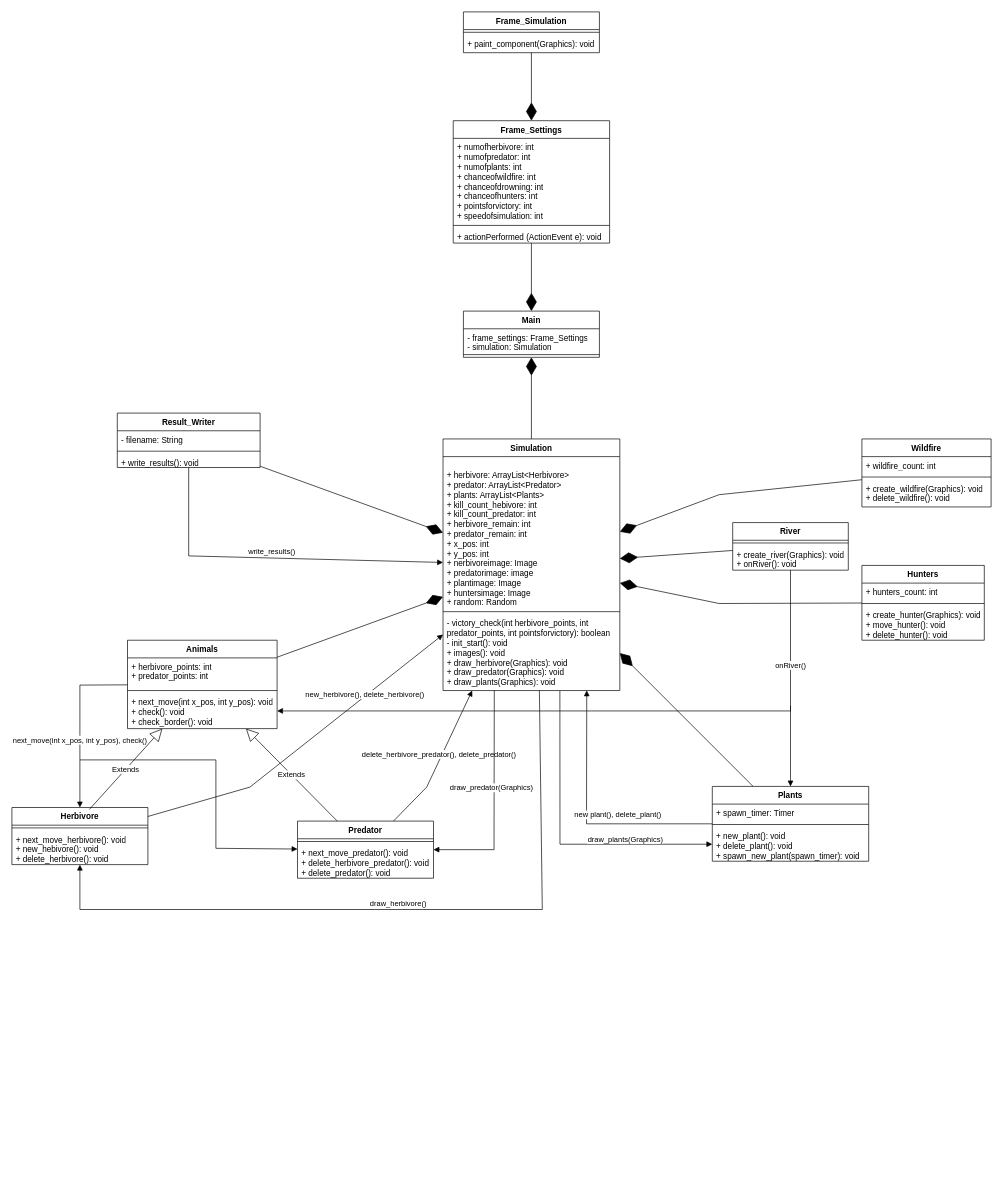
Vasiluke06/LaSimulation keeps this draw.io diagram as LaSimulation(3).drawio.xml. Above is the earlier version. Source tidied: cells renumbered, new cells numbered last; positions are measured from the earlier drawing's top-left corner, leaving out a move shared by most shapes. Both pictures are drawn from the tidied source at 68%, with x=0, y=0 at pixel (12, 12).
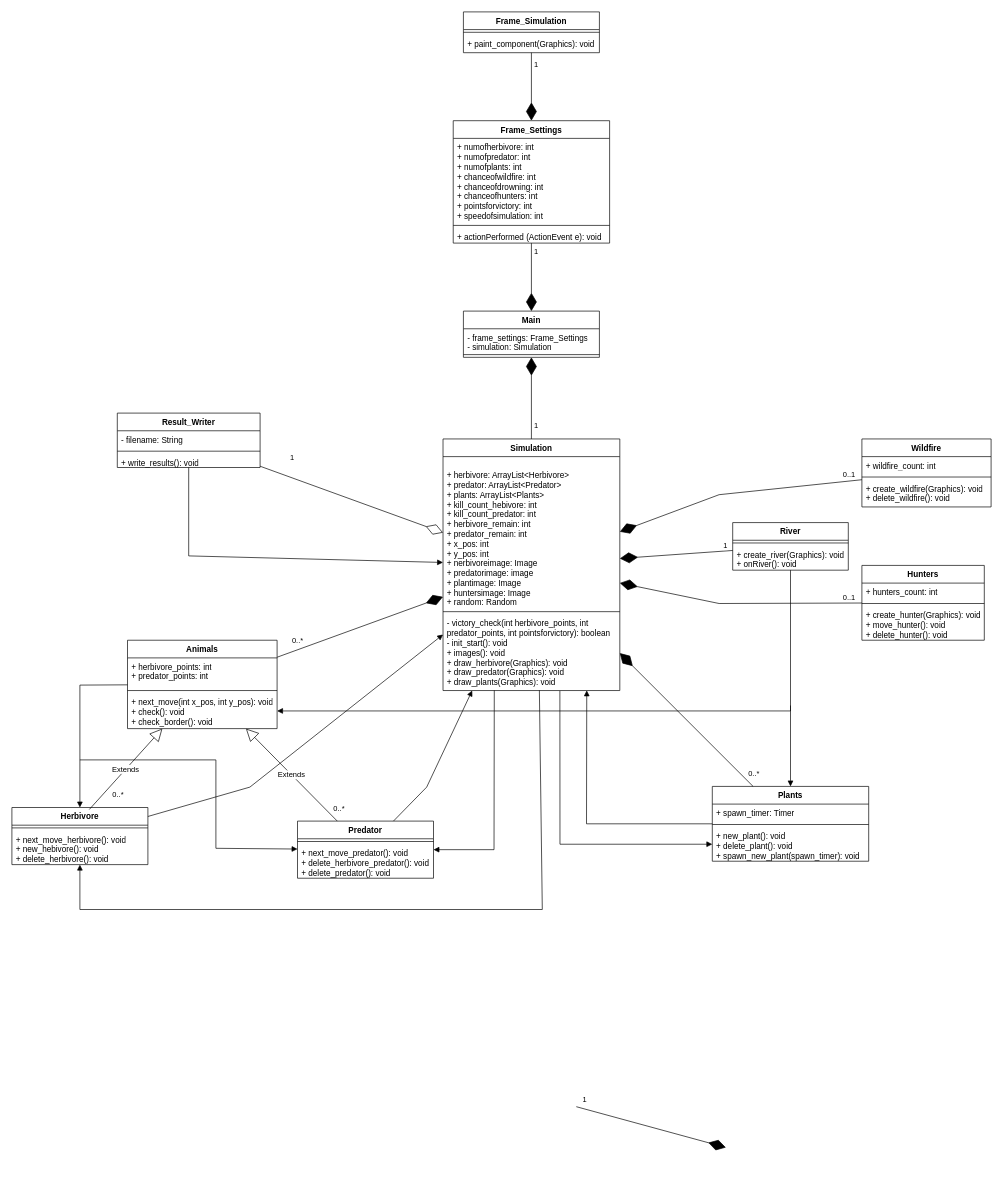
The same page after the edit.

Unchanged cells that the change refers to:
```xml
<mxCell id="12" style="endArrow=diamondThin;endFill=1;endSize=24;html=1;rounded=0;" parent="1" edge="1" source="5" target="2">
  <mxGeometry relative="1" as="geometry" />
</mxCell>
<mxCell id="13" style="endArrow=diamondThin;endFill=1;endSize=24;html=1;rounded=0;" parent="1" edge="1" source="9" target="5">
  <mxGeometry relative="1" as="geometry" />
</mxCell>
<mxCell id="14" value="Animals" style="swimlane;fontStyle=1;align=center;verticalAlign=top;horizontal=1;startSize=26;whiteSpace=wrap;html=1;" parent="1" vertex="1">
  <mxGeometry x="170" y="924" width="220" height="130" as="geometry" />
</mxCell>
<mxCell id="17" value="+ next_move(int x_pos, int y_pos): void&lt;div&gt;+ check(): void&lt;/div&gt;&lt;div&gt;+ check_border(): void&lt;/div&gt;" style="text;strokeColor=none;fillColor=none;align=left;verticalAlign=top;spacingLeft=4;spacingRight=4;overflow=hidden;points=[[0,0.5],[1,0.5]];portConstraint=eastwest;whiteSpace=wrap;html=1;" parent="14" vertex="1">
  <mxGeometry y="78" width="220" height="52" as="geometry" />
</mxCell>
<mxCell id="18" value="Herbivore" style="swimlane;fontStyle=1;align=center;verticalAlign=top;horizontal=1;startSize=26;whiteSpace=wrap;html=1;" parent="1" vertex="1">
  <mxGeometry y="1170" width="200" height="84" as="geometry" />
</mxCell>
<mxCell id="21" value="Predator" style="swimlane;fontStyle=1;align=center;verticalAlign=top;horizontal=1;startSize=26;whiteSpace=wrap;html=1;" parent="1" vertex="1">
  <mxGeometry x="420" y="1190" width="200" height="84" as="geometry" />
</mxCell>
<mxCell id="24" value="Simulation" style="swimlane;fontStyle=1;align=center;verticalAlign=top;horizontal=1;startSize=26;whiteSpace=wrap;html=1;" parent="1" vertex="1">
  <mxGeometry x="634" y="628" width="260" height="370" as="geometry" />
</mxCell>
<mxCell id="27" value="&lt;div&gt;- victory_check(int herbivore_points, int predator_points, int pointsforvictory): boolean&lt;/div&gt;&lt;div&gt;- init_start(): void&lt;/div&gt;&lt;div&gt;+ images(): void&lt;/div&gt;&lt;div&gt;+ draw_herbivore(Graphics): void&lt;/div&gt;&lt;div&gt;+ draw_predator(Graphics): void&lt;/div&gt;&lt;div&gt;+ draw_plants(Graphics): void&lt;/div&gt;" style="text;strokeColor=none;fillColor=none;align=left;verticalAlign=top;spacingLeft=4;spacingRight=4;overflow=hidden;points=[[0,0.5],[1,0.5]];portConstraint=eastwest;whiteSpace=wrap;html=1;" parent="24" vertex="1">
  <mxGeometry y="258" width="260" height="112" as="geometry" />
</mxCell>
<mxCell id="28" style="endArrow=diamondThin;endFill=1;endSize=24;html=1;rounded=0;" parent="1" edge="1" source="24" target="2">
  <mxGeometry relative="1" as="geometry" />
</mxCell>
<mxCell id="29" style="endArrow=diamondThin;endFill=1;endSize=24;html=1;rounded=0;" parent="1" edge="1" source="14" target="24">
  <mxGeometry relative="1" as="geometry" />
</mxCell>
<mxCell id="30" value="Extends" style="endArrow=block;endSize=16;endFill=0;html=1;rounded=0;exitX=0.569;exitY=0.035;exitDx=0;exitDy=0;exitPerimeter=0;" parent="1" edge="1" source="18" target="14">
  <mxGeometry relative="1" as="geometry" />
</mxCell>
<mxCell id="31" value="Extends" style="endArrow=block;endSize=16;endFill=0;html=1;rounded=0;" parent="1" edge="1" source="21" target="14">
  <mxGeometry relative="1" as="geometry" />
</mxCell>
<mxCell id="36" value="River" style="swimlane;fontStyle=1;align=center;verticalAlign=top;horizontal=1;startSize=26;whiteSpace=wrap;html=1;" parent="1" vertex="1">
  <mxGeometry x="1060" y="751" width="170" height="70" as="geometry" />
</mxCell>
<mxCell id="43" value="Plants" style="swimlane;fontStyle=1;align=center;verticalAlign=top;horizontal=1;startSize=26;whiteSpace=wrap;html=1;" parent="1" vertex="1">
  <mxGeometry x="1030" y="1139" width="230" height="110" as="geometry" />
</mxCell>
<mxCell id="46" value="+ new_plant(): void&lt;div&gt;+ delete_plant(): void&lt;/div&gt;&lt;div&gt;+ spawn_new_plant(spawn_timer): void&lt;/div&gt;" style="text;strokeColor=none;fillColor=none;align=left;verticalAlign=top;spacingLeft=4;spacingRight=4;overflow=hidden;points=[[0,0.5],[1,0.5]];portConstraint=eastwest;whiteSpace=wrap;html=1;" parent="43" vertex="1">
  <mxGeometry y="60" width="230" height="50" as="geometry" />
</mxCell>
<mxCell id="47" style="endArrow=diamondThin;endFill=1;endSize=24;html=1;rounded=0;" parent="1" edge="1" source="43" target="24">
  <mxGeometry relative="1" as="geometry" />
</mxCell>
<mxCell id="48" style="endArrow=diamondThin;endFill=1;endSize=24;html=1;rounded=0;" parent="1" edge="1" source="32" target="24">
  <mxGeometry relative="1" as="geometry">
    <Array as="points">
      <mxPoint x="1040" y="710" />
    </Array>
  </mxGeometry>
</mxCell>
<mxCell id="49" style="endArrow=diamondThin;endFill=1;endSize=24;html=1;rounded=0;" parent="1" edge="1" source="36" target="24">
  <mxGeometry relative="1" as="geometry" />
</mxCell>
<mxCell id="50" style="endArrow=diamondThin;endFill=1;endSize=24;html=1;rounded=0;" parent="1" edge="1" source="39" target="24">
  <mxGeometry relative="1" as="geometry">
    <Array as="points">
      <mxPoint x="1040" y="870" />
    </Array>
  </mxGeometry>
</mxCell>
<mxCell id="51" value="Result_Writer" style="swimlane;fontStyle=1;align=center;verticalAlign=top;horizontal=1;startSize=26;whiteSpace=wrap;html=1;" parent="1" vertex="1">
  <mxGeometry x="155" y="590" width="210" height="80" as="geometry" />
</mxCell>
```

Diff of the diagram source:
```diff
@@
+    <mxCell id="67" value="1" style="edgeLabel;html=1;align=center;verticalAlign=middle;" parent="12" vertex="1">
+      <mxGeometry x="-0.35" relative="1" as="geometry">
+        <mxPoint x="6" y="-22" as="offset" />
+      </mxGeometry>
+    </mxCell>
@@
+    <mxCell id="68" value="1" style="edgeLabel;html=1;align=center;verticalAlign=middle;" parent="13" vertex="1">
+      <mxGeometry x="-0.68" y="2" relative="1" as="geometry">
+        <mxPoint x="4" as="offset" />
+      </mxGeometry>
+    </mxCell>
@@
+    <mxCell id="69" value="1" style="edgeLabel;html=1;align=center;verticalAlign=middle;" parent="28" vertex="1">
+      <mxGeometry x="-0.65" y="2" relative="1" as="geometry">
+        <mxPoint x="8" as="offset" />
+      </mxGeometry>
+    </mxCell>
@@
+    <mxCell id="70" value="0..*" style="edgeLabel;html=1;align=center;verticalAlign=middle;" parent="29" vertex="1">
+      <mxGeometry x="-0.68" y="-3" relative="1" as="geometry">
+        <mxPoint x="-11" y="-13" as="offset" />
+      </mxGeometry>
+    </mxCell>
@@
+    <mxCell id="71" value="0..*" style="edgeLabel;html=1;align=center;verticalAlign=middle;" parent="30" vertex="1">
+      <mxGeometry x="-0.49" y="-1" relative="1" as="geometry">
+        <mxPoint x="13" y="7" as="offset" />
+      </mxGeometry>
+    </mxCell>
@@
+    <mxCell id="72" value="0..*" style="edgeLabel;html=1;align=center;verticalAlign=middle;" parent="31" vertex="1">
+      <mxGeometry x="-0.81" y="4" relative="1" as="geometry">
+        <mxPoint x="17" y="-10" as="offset" />
+      </mxGeometry>
+    </mxCell>
@@
+    <mxCell id="73" value="0..*" style="edgeLabel;html=1;align=center;verticalAlign=middle;" parent="47" vertex="1">
+      <mxGeometry x="-0.8" relative="1" as="geometry">
+        <mxPoint x="20" as="offset" />
+      </mxGeometry>
+    </mxCell>
@@
+    <mxCell id="74" value="0..1" style="edgeLabel;html=1;align=center;verticalAlign=middle;" parent="48" vertex="1">
+      <mxGeometry x="-0.6" y="-2" relative="1" as="geometry">
+        <mxPoint x="53" y="-14" as="offset" />
+      </mxGeometry>
+    </mxCell>
@@
+    <mxCell id="75" value="1" style="edgeLabel;html=1;align=center;verticalAlign=middle;" parent="49" vertex="1">
+      <mxGeometry x="-0.86" relative="1" as="geometry">
+        <mxPoint y="-8" as="offset" />
+      </mxGeometry>
+    </mxCell>
@@
+    <mxCell id="76" value="0..1" style="edgeLabel;html=1;align=center;verticalAlign=middle;" parent="50" vertex="1">
+      <mxGeometry x="-0.72" y="4" relative="1" as="geometry">
+        <mxPoint x="30" y="-13" as="offset" />
+      </mxGeometry>
+    </mxCell>
@@
-    <mxCell id="55" style="endArrow=diamondThin;endFill=1;endSize=24;html=1;rounded=0;" parent="1" edge="1" source="51" target="24">
-      <mxGeometry relative="1" as="geometry" />
+    <mxCell id="55" style="endArrow=diamondThin;endFill=1;endSize=24;html=1;rounded=0;" parent="1" edge="1">
+      <mxGeometry relative="1" as="geometry">
+        <mxPoint x="830" y="1610" as="sourcePoint" />
+        <mxPoint x="1050" y="1670" as="targetPoint" />
+      </mxGeometry>
     </mxCell>
+    <mxCell id="77" value="1" style="edgeLabel;html=1;align=center;verticalAlign=middle;" parent="55" vertex="1">
+      <mxGeometry x="-0.82" y="-1" relative="1" as="geometry">
+        <mxPoint x="-8" y="-18" as="offset" />
+      </mxGeometry>
+    </mxCell>
-    <mxCell id="56" value="write_results()" style="html=1;verticalAlign=bottom;endArrow=block;curved=0;rounded=0;" parent="1" edge="1" source="51" target="24">
+    <mxCell id="56" style="html=1;verticalAlign=bottom;endArrow=block;curved=0;rounded=0;" parent="1" edge="1" source="51" target="24">
       <mxGeometry relative="1" as="geometry">
         <Array as="points">
           <mxPoint x="260" y="800" />
         </Array>
       </mxGeometry>
     </mxCell>
-    <mxCell id="57" value="onRiver()" style="html=1;verticalAlign=bottom;endArrow=block;curved=0;rounded=0;entryX=1;entryY=0.5;entryDx=0;entryDy=0;" parent="1" edge="1" source="36" target="17">
+    <mxCell id="57" style="html=1;verticalAlign=bottom;endArrow=block;curved=0;rounded=0;entryX=1;entryY=0.5;entryDx=0;entryDy=0;" parent="1" edge="1" source="36" target="17">
       <mxGeometry x="-0.69" relative="1" as="geometry">
         <Array as="points">
           <mxPoint x="1145" y="1028" />
         </Array>
       </mxGeometry>
     </mxCell>
-    <mxCell id="58" value="new plant(), delete_plant()" style="html=1;verticalAlign=bottom;endArrow=block;curved=0;rounded=0;entryX=0.813;entryY=0.998;entryDx=0;entryDy=0;entryPerimeter=0;" parent="1" edge="1" source="43" target="27">
+    <mxCell id="58" style="html=1;verticalAlign=bottom;endArrow=block;curved=0;rounded=0;entryX=0.813;entryY=0.998;entryDx=0;entryDy=0;entryPerimeter=0;" parent="1" edge="1" source="43" target="27">
       <mxGeometry x="-0.27" y="-4" relative="1" as="geometry">
         <Array as="points">
           <mxPoint x="845" y="1194" />
         </Array>
       </mxGeometry>
     </mxCell>
-    <mxCell id="59" value="delete_herbivore_predator(), delete_predator()" style="html=1;verticalAlign=bottom;endArrow=block;curved=0;rounded=0;" parent="1" edge="1" source="21" target="24">
+    <mxCell id="59" style="html=1;verticalAlign=bottom;endArrow=block;curved=0;rounded=0;" parent="1" edge="1" source="21" target="24">
       <mxGeometry relative="1" as="geometry">
         <Array as="points">
           <mxPoint x="610" y="1140" />
         </Array>
       </mxGeometry>
     </mxCell>
-    <mxCell id="60" value="new_herbivore(), delete_herbivore()" style="html=1;verticalAlign=bottom;endArrow=block;curved=0;rounded=0;" parent="1" edge="1" source="18" target="24">
+    <mxCell id="60" style="html=1;verticalAlign=bottom;endArrow=block;curved=0;rounded=0;" parent="1" edge="1" source="18" target="24">
       <mxGeometry x="0.42" y="-5" relative="1" as="geometry">
         <Array as="points">
           <mxPoint x="350" y="1140" />
         </Array>
       </mxGeometry>
     </mxCell>
-    <mxCell id="61" value="next_move(int x_pos, int y_pos&lt;span style=&quot;background-color: light-dark(#ffffff, var(--ge-dark-color, #121212)); color: light-dark(rgb(0, 0, 0), rgb(255, 255, 255));&quot;&gt;), check()&lt;/span&gt;" style="html=1;verticalAlign=bottom;endArrow=block;curved=0;rounded=0;" parent="1" edge="1" source="14" target="18">
+    <mxCell id="61" style="html=1;verticalAlign=bottom;endArrow=block;curved=0;rounded=0;" parent="1" edge="1" source="14" target="18">
       <mxGeometry x="0.28" relative="1" as="geometry">
         <Array as="points">
           <mxPoint x="100" y="990" />
         </Array>
       </mxGeometry>
     </mxCell>
-    <mxCell id="62" value="draw_predator(Graphics)" style="html=1;verticalAlign=bottom;endArrow=block;curved=0;rounded=0;exitX=0.29;exitY=0.998;exitDx=0;exitDy=0;exitPerimeter=0;" parent="1" edge="1" source="27" target="21">
+    <mxCell id="62" style="html=1;verticalAlign=bottom;endArrow=block;curved=0;rounded=0;exitX=0.29;exitY=0.998;exitDx=0;exitDy=0;exitPerimeter=0;" parent="1" edge="1" source="27" target="21">
       <mxGeometry x="-0.06" y="-4" relative="1" as="geometry">
         <Array as="points">
           <mxPoint x="709" y="1232" />
         </Array>
       </mxGeometry>
     </mxCell>
-    <mxCell id="63" value="draw_herbivore()" style="html=1;verticalAlign=bottom;endArrow=block;curved=0;rounded=0;exitX=0.545;exitY=0.998;exitDx=0;exitDy=0;exitPerimeter=0;" parent="1" edge="1" source="27" target="18">
+    <mxCell id="63" style="html=1;verticalAlign=bottom;endArrow=block;curved=0;rounded=0;exitX=0.545;exitY=0.998;exitDx=0;exitDy=0;exitPerimeter=0;" parent="1" edge="1" source="27" target="18">
       <mxGeometry relative="1" as="geometry">
         <Array as="points">
           <mxPoint x="780" y="1320" />
           <mxPoint x="100" y="1320" />
         </Array>
       </mxGeometry>
     </mxCell>
@@
-    <mxCell id="66" value="draw_plants(Graphics)" style="html=1;verticalAlign=bottom;endArrow=block;curved=0;rounded=0;exitX=0.661;exitY=1.004;exitDx=0;exitDy=0;exitPerimeter=0;" parent="1" edge="1" source="27" target="46">
+    <mxCell id="66" style="html=1;verticalAlign=bottom;endArrow=block;curved=0;rounded=0;exitX=0.661;exitY=1.004;exitDx=0;exitDy=0;exitPerimeter=0;" parent="1" edge="1" source="27" target="46">
       <mxGeometry x="0.43" y="-2" relative="1" as="geometry">
         <Array as="points">
           <mxPoint x="806" y="1224" />
         </Array>
         <mxPoint x="1" as="offset" />
       </mxGeometry>
     </mxCell>
+    <mxCell id="78" style="endArrow=diamondThin;endFill=0;endSize=24;html=1;rounded=0;" parent="1" edge="1" source="51" target="24">
+      <mxGeometry relative="1" as="geometry" />
+    </mxCell>
+    <mxCell id="79" value="1" style="edgeLabel;html=1;align=center;verticalAlign=middle;" parent="78" vertex="1">
+      <mxGeometry x="-0.82" y="2" relative="1" as="geometry">
+        <mxPoint x="21" y="-21" as="offset" />
+      </mxGeometry>
+    </mxCell>
```
